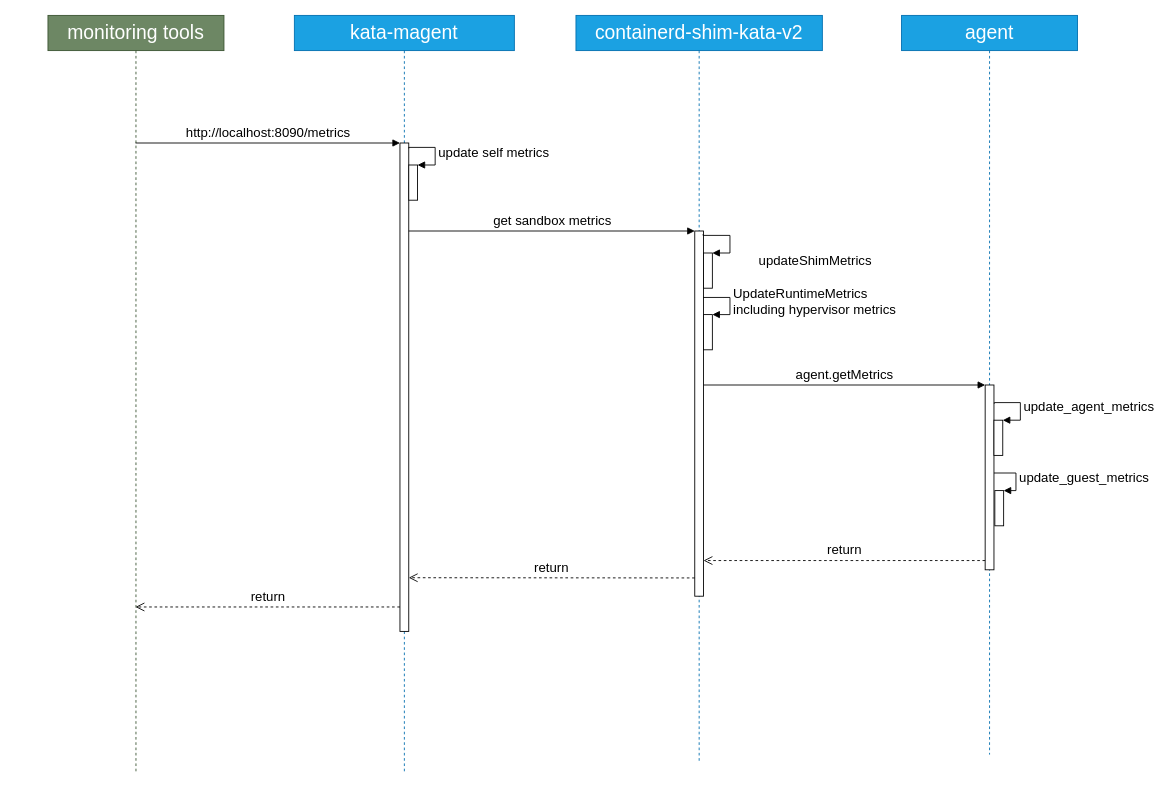
kata-containers/documentation keeps this draw.io diagram as design/arch-images/kata-metrics-sequence-diagram.drawio. Above is the earlier version. Source tidied: cells renumbered, new cells numbered last; positions are measured from the earlier drawing's top-left corner, leaving out a move shared by most shapes. Both pictures are drawn from the tidied source at 88%, with x=0, y=0 at pixel (48, 15).
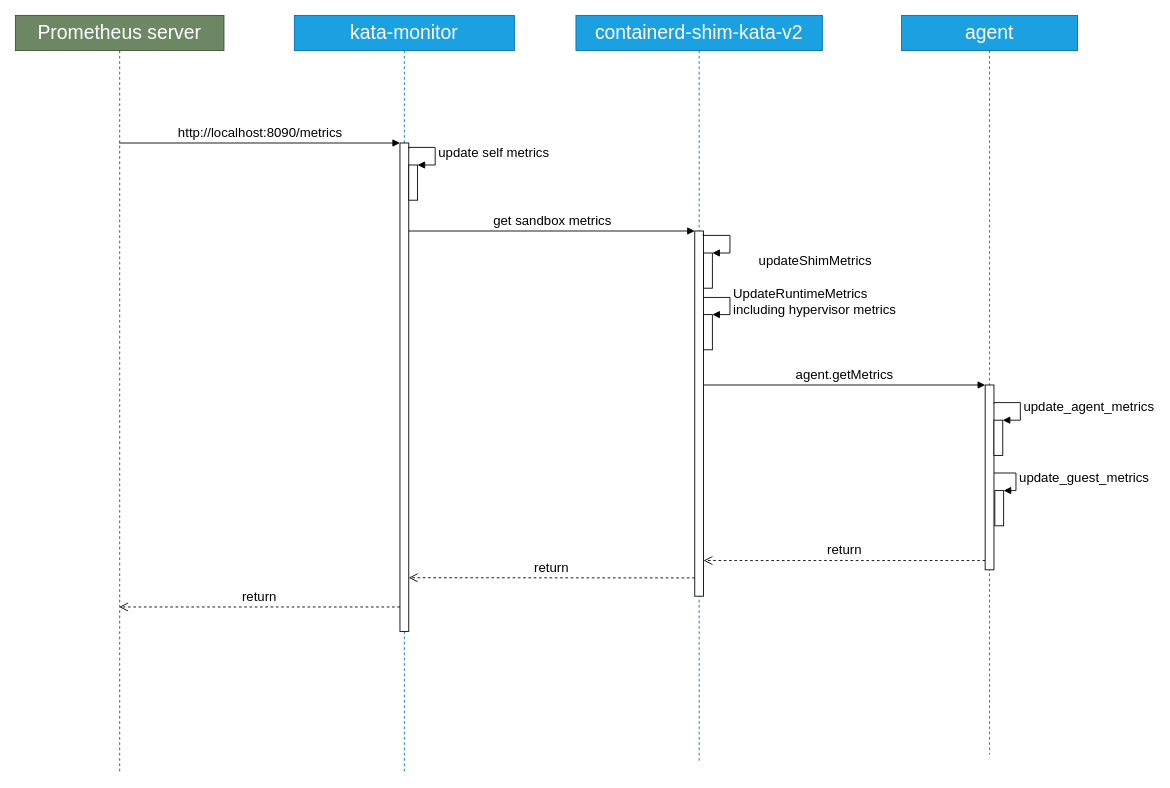
The same page after the edit.

The edit, as a diff of the source:
```diff
@@
-    <mxCell id="2" value="monitoring tools" style="shape=umlLifeline;perimeter=lifelinePerimeter;whiteSpace=wrap;html=1;outlineConnect=0;fontSize=22;fillColor=#6d8764;strokeColor=#3A5431;fontColor=#ffffff;" parent="1" vertex="1">
-      <mxGeometry width="200" height="860" as="geometry" />
+    <mxCell id="2" value="Prometheus server" style="shape=umlLifeline;perimeter=lifelinePerimeter;whiteSpace=wrap;html=1;outlineConnect=0;fontSize=22;fillColor=#6d8764;strokeColor=#3A5431;fontColor=#ffffff;" parent="1" vertex="1">
+      <mxGeometry x="-37" width="237" height="860" as="geometry" />
     </mxCell>
-    <mxCell id="3" value="kata-magent" style="shape=umlLifeline;perimeter=lifelinePerimeter;whiteSpace=wrap;html=1;fontSize=22;fillColor=#1ba1e2;strokeColor=#006EAF;fontColor=#ffffff;" parent="1" vertex="1">
+    <mxCell id="3" value="kata-monitor" style="shape=umlLifeline;perimeter=lifelinePerimeter;whiteSpace=wrap;html=1;fontSize=22;fillColor=#1ba1e2;strokeColor=#006EAF;fontColor=#ffffff;" parent="1" vertex="1">
       <mxGeometry x="280" width="250" height="860" as="geometry" />
     </mxCell>
```
